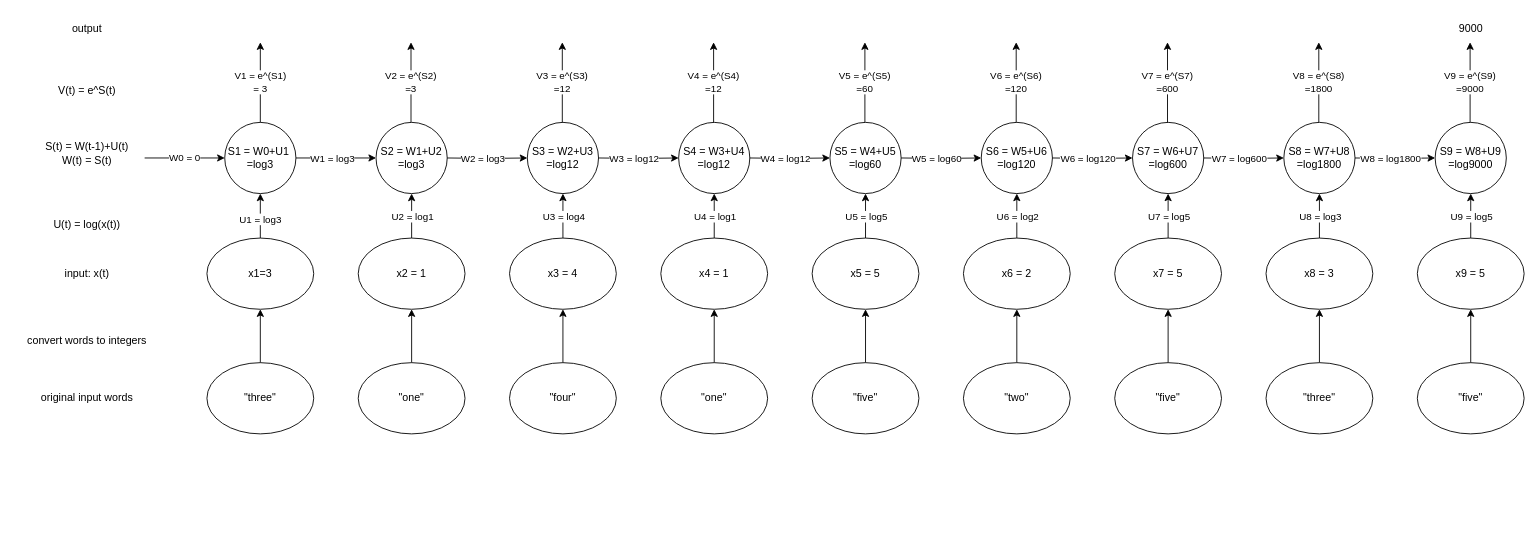
Above: Untitled Diagram.drawio in CheneyJX/Duke (draw.io), before the change. Source tidied: cells renumbered, new cells numbered last; positions are measured from the earlier drawing's top-left corner, leaving out a move shared by most shapes. Both pictures are drawn from the tidied source at 89%, with x=0, y=0 at pixel (15, 15).
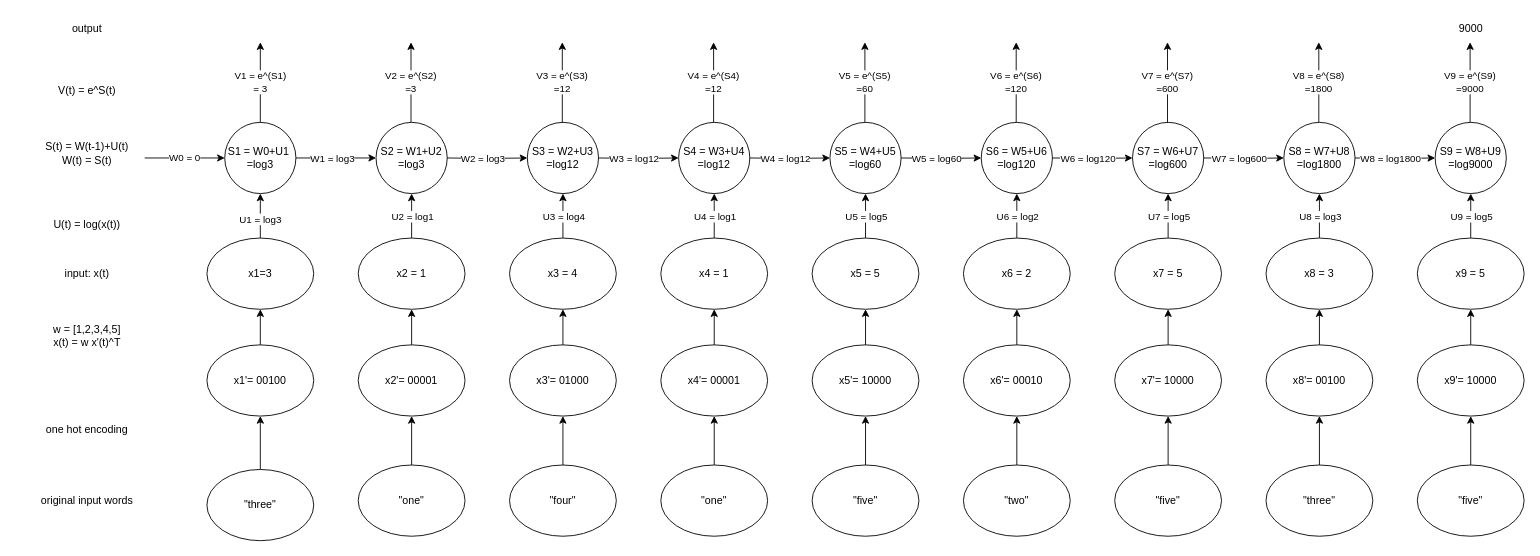
Above is the later version.

The change refers to these unchanged cells:
```xml
<mxCell id="9" value="x1=3" style="ellipse;whiteSpace=wrap;html=1;" parent="1" vertex="1">
  <mxGeometry x="215" y="250" width="120" height="80" as="geometry" />
</mxCell>
<mxCell id="14" value="x2 = 1" style="ellipse;whiteSpace=wrap;html=1;" parent="1" vertex="1">
  <mxGeometry x="385" y="250" width="120" height="80" as="geometry" />
</mxCell>
<mxCell id="30" value="x3 = 4" style="ellipse;whiteSpace=wrap;html=1;" parent="1" vertex="1">
  <mxGeometry x="555" y="250" width="120" height="80" as="geometry" />
</mxCell>
<mxCell id="38" value="x4 = 1" style="ellipse;whiteSpace=wrap;html=1;" parent="1" vertex="1">
  <mxGeometry x="725" y="250" width="120" height="80" as="geometry" />
</mxCell>
<mxCell id="46" value="x5 = 5" style="ellipse;whiteSpace=wrap;html=1;" parent="1" vertex="1">
  <mxGeometry x="895" y="250" width="120" height="80" as="geometry" />
</mxCell>
<mxCell id="54" value="x6 = 2" style="ellipse;whiteSpace=wrap;html=1;" parent="1" vertex="1">
  <mxGeometry x="1065" y="250" width="120" height="80" as="geometry" />
</mxCell>
<mxCell id="62" value="x7 = 5" style="ellipse;whiteSpace=wrap;html=1;" parent="1" vertex="1">
  <mxGeometry x="1235" y="250" width="120" height="80" as="geometry" />
</mxCell>
<mxCell id="70" value="x8 = 3" style="ellipse;whiteSpace=wrap;html=1;" parent="1" vertex="1">
  <mxGeometry x="1405" y="250" width="120" height="80" as="geometry" />
</mxCell>
<mxCell id="78" value="x9 = 5" style="ellipse;whiteSpace=wrap;html=1;" parent="1" vertex="1">
  <mxGeometry x="1575" y="250" width="120" height="80" as="geometry" />
</mxCell>
```

Diff of the diagram source:
```diff
@@
-    <mxCell id="2" style="edgeStyle=orthogonalEdgeStyle;rounded=0;jettySize=auto;html=1;" parent="1" edge="1" source="3" target="9">
+    <mxCell id="2" style="edgeStyle=orthogonalEdgeStyle;rounded=0;jettySize=auto;html=1;entryX=0.5;entryY=1;entryDx=0;entryDy=0;" parent="1" edge="1" source="3" target="91">
       <mxGeometry relative="1" as="geometry" />
     </mxCell>
     <mxCell id="3" value="&quot;three&quot;" style="ellipse;whiteSpace=wrap;html=1;" parent="1" vertex="1">
-      <mxGeometry x="215" y="390" width="120" height="80" as="geometry" />
+      <mxGeometry x="215" y="510" width="120" height="80" as="geometry" />
     </mxCell>
@@
-    <mxCell id="10" style="edgeStyle=orthogonalEdgeStyle;rounded=0;jettySize=auto;html=1;" parent="1" edge="1" source="11" target="14">
-      <mxGeometry relative="1" as="geometry" />
-    </mxCell>
+    <mxCell id="82" style="edgeStyle=orthogonalEdgeStyle;rounded=0;jettySize=auto;html=1;" parent="1" edge="1" source="11" target="94">
+      <mxGeometry relative="1" as="geometry" />
+    </mxCell>
     <mxCell id="11" value="&quot;one&quot;" style="ellipse;whiteSpace=wrap;html=1;" parent="1" vertex="1">
-      <mxGeometry x="385" y="390" width="120" height="80" as="geometry" />
+      <mxGeometry x="385" y="505" width="120" height="80" as="geometry" />
     </mxCell>
@@
-    <mxCell id="18" value="convert words to integers" style="text;html=1;align=center;verticalAlign=middle;strokeColor=none;fillColor=none;" parent="1" vertex="1">
-      <mxGeometry y="350" width="160" height="30" as="geometry" />
+    <mxCell id="18" value="one hot encoding" style="text;html=1;align=center;verticalAlign=middle;strokeColor=none;fillColor=none;" parent="1" vertex="1">
+      <mxGeometry x="20" y="450" width="120" height="30" as="geometry" />
     </mxCell>
@@
     <mxCell id="23" value="original input words" style="text;html=1;align=center;verticalAlign=middle;strokeColor=none;fillColor=none;" parent="1" vertex="1">
-      <mxGeometry x="15" y="415" width="130" height="30" as="geometry" />
+      <mxGeometry x="15" y="530" width="130" height="30" as="geometry" />
     </mxCell>
@@
-    <mxCell id="26" style="edgeStyle=orthogonalEdgeStyle;rounded=0;jettySize=auto;html=1;" parent="1" edge="1" source="27" target="30">
-      <mxGeometry relative="1" as="geometry" />
-    </mxCell>
+    <mxCell id="83" style="edgeStyle=orthogonalEdgeStyle;rounded=0;jettySize=auto;html=1;" parent="1" edge="1" source="27" target="96">
+      <mxGeometry relative="1" as="geometry" />
+    </mxCell>
     <mxCell id="27" value="&quot;four&quot;" style="ellipse;whiteSpace=wrap;html=1;" parent="1" vertex="1">
-      <mxGeometry x="555" y="390" width="120" height="80" as="geometry" />
+      <mxGeometry x="555" y="505" width="120" height="80" as="geometry" />
     </mxCell>
@@
-    <mxCell id="34" style="edgeStyle=orthogonalEdgeStyle;rounded=0;jettySize=auto;html=1;" parent="1" edge="1" source="35" target="38">
-      <mxGeometry relative="1" as="geometry" />
-    </mxCell>
+    <mxCell id="84" style="edgeStyle=orthogonalEdgeStyle;rounded=0;jettySize=auto;html=1;" parent="1" edge="1" source="35" target="98">
+      <mxGeometry relative="1" as="geometry" />
+    </mxCell>
     <mxCell id="35" value="&quot;one&quot;" style="ellipse;whiteSpace=wrap;html=1;" parent="1" vertex="1">
-      <mxGeometry x="725" y="390" width="120" height="80" as="geometry" />
+      <mxGeometry x="725" y="505" width="120" height="80" as="geometry" />
     </mxCell>
@@
-    <mxCell id="42" style="edgeStyle=orthogonalEdgeStyle;rounded=0;jettySize=auto;html=1;" parent="1" edge="1" source="43" target="46">
-      <mxGeometry relative="1" as="geometry" />
-    </mxCell>
+    <mxCell id="85" style="edgeStyle=orthogonalEdgeStyle;rounded=0;jettySize=auto;html=1;" parent="1" edge="1" source="43" target="100">
+      <mxGeometry relative="1" as="geometry" />
+    </mxCell>
     <mxCell id="43" value="&quot;five&quot;" style="ellipse;whiteSpace=wrap;html=1;" parent="1" vertex="1">
-      <mxGeometry x="895" y="390" width="120" height="80" as="geometry" />
+      <mxGeometry x="895" y="505" width="120" height="80" as="geometry" />
     </mxCell>
@@
-    <mxCell id="50" style="edgeStyle=orthogonalEdgeStyle;rounded=0;jettySize=auto;html=1;" parent="1" edge="1" source="51" target="54">
-      <mxGeometry relative="1" as="geometry" />
-    </mxCell>
+    <mxCell id="86" style="edgeStyle=orthogonalEdgeStyle;rounded=0;jettySize=auto;html=1;" parent="1" edge="1" source="51" target="102">
+      <mxGeometry relative="1" as="geometry" />
+    </mxCell>
     <mxCell id="51" value="&quot;two&quot;" style="ellipse;whiteSpace=wrap;html=1;" parent="1" vertex="1">
-      <mxGeometry x="1065" y="390" width="120" height="80" as="geometry" />
+      <mxGeometry x="1065" y="505" width="120" height="80" as="geometry" />
     </mxCell>
@@
-    <mxCell id="58" style="edgeStyle=orthogonalEdgeStyle;rounded=0;jettySize=auto;html=1;" parent="1" edge="1" source="59" target="62">
-      <mxGeometry relative="1" as="geometry" />
-    </mxCell>
+    <mxCell id="87" style="edgeStyle=orthogonalEdgeStyle;rounded=0;jettySize=auto;html=1;" parent="1" edge="1" source="59" target="104">
+      <mxGeometry relative="1" as="geometry" />
+    </mxCell>
     <mxCell id="59" value="&quot;five&quot;" style="ellipse;whiteSpace=wrap;html=1;" parent="1" vertex="1">
-      <mxGeometry x="1235" y="390" width="120" height="80" as="geometry" />
+      <mxGeometry x="1235" y="505" width="120" height="80" as="geometry" />
     </mxCell>
@@
-    <mxCell id="66" style="edgeStyle=orthogonalEdgeStyle;rounded=0;jettySize=auto;html=1;" parent="1" edge="1" source="67" target="70">
-      <mxGeometry relative="1" as="geometry" />
-    </mxCell>
+    <mxCell id="88" style="edgeStyle=orthogonalEdgeStyle;rounded=0;jettySize=auto;html=1;" parent="1" edge="1" source="67" target="106">
+      <mxGeometry relative="1" as="geometry" />
+    </mxCell>
     <mxCell id="67" value="&quot;three&quot;" style="ellipse;whiteSpace=wrap;html=1;" parent="1" vertex="1">
-      <mxGeometry x="1405" y="390" width="120" height="80" as="geometry" />
+      <mxGeometry x="1405" y="505" width="120" height="80" as="geometry" />
     </mxCell>
@@
-    <mxCell id="74" style="edgeStyle=orthogonalEdgeStyle;rounded=0;jettySize=auto;html=1;" parent="1" edge="1" source="75" target="78">
-      <mxGeometry relative="1" as="geometry" />
-    </mxCell>
+    <mxCell id="89" style="edgeStyle=orthogonalEdgeStyle;rounded=0;jettySize=auto;html=1;" parent="1" edge="1" source="75" target="108">
+      <mxGeometry relative="1" as="geometry" />
+    </mxCell>
     <mxCell id="75" value="&quot;five&quot;" style="ellipse;whiteSpace=wrap;html=1;" parent="1" vertex="1">
-      <mxGeometry x="1575" y="390" width="120" height="80" as="geometry" />
+      <mxGeometry x="1575" y="505" width="120" height="80" as="geometry" />
     </mxCell>
@@
+    <mxCell id="90" style="edgeStyle=orthogonalEdgeStyle;rounded=0;jettySize=auto;html=1;" parent="1" edge="1" source="91" target="9">
+      <mxGeometry relative="1" as="geometry" />
+    </mxCell>
+    <mxCell id="91" value="x1'= 00100" style="ellipse;whiteSpace=wrap;html=1;" parent="1" vertex="1">
+      <mxGeometry x="215" y="370" width="120" height="80" as="geometry" />
+    </mxCell>
+    <mxCell id="92" value="w = [1,2,3,4,5]&lt;br&gt;x(t) = w x'(t)^T" style="text;html=1;align=center;verticalAlign=middle;strokeColor=none;fillColor=none;" parent="1" vertex="1">
+      <mxGeometry x="30" y="340" width="100" height="40" as="geometry" />
+    </mxCell>
+    <mxCell id="93" style="edgeStyle=orthogonalEdgeStyle;rounded=0;jettySize=auto;html=1;" parent="1" edge="1" source="94" target="14">
+      <mxGeometry relative="1" as="geometry" />
+    </mxCell>
+    <mxCell id="94" value="x2'= 00001" style="ellipse;whiteSpace=wrap;html=1;" parent="1" vertex="1">
+      <mxGeometry x="385" y="370" width="120" height="80" as="geometry" />
+    </mxCell>
+    <mxCell id="95" style="edgeStyle=orthogonalEdgeStyle;rounded=0;jettySize=auto;html=1;" parent="1" edge="1" source="96" target="30">
+      <mxGeometry relative="1" as="geometry" />
+    </mxCell>
+    <mxCell id="96" value="x3'= 01000" style="ellipse;whiteSpace=wrap;html=1;" parent="1" vertex="1">
+      <mxGeometry x="555" y="370" width="120" height="80" as="geometry" />
+    </mxCell>
+    <mxCell id="97" style="edgeStyle=orthogonalEdgeStyle;rounded=0;jettySize=auto;html=1;" parent="1" edge="1" source="98" target="38">
+      <mxGeometry relative="1" as="geometry" />
+    </mxCell>
+    <mxCell id="98" value="x4'= 00001" style="ellipse;whiteSpace=wrap;html=1;" parent="1" vertex="1">
+      <mxGeometry x="725" y="370" width="120" height="80" as="geometry" />
+    </mxCell>
+    <mxCell id="99" style="edgeStyle=orthogonalEdgeStyle;rounded=0;jettySize=auto;html=1;" parent="1" edge="1" source="100" target="46">
+      <mxGeometry relative="1" as="geometry" />
+    </mxCell>
+    <mxCell id="100" value="x5'= 10000" style="ellipse;whiteSpace=wrap;html=1;" parent="1" vertex="1">
+      <mxGeometry x="895" y="370" width="120" height="80" as="geometry" />
+    </mxCell>
+    <mxCell id="101" style="edgeStyle=orthogonalEdgeStyle;rounded=0;jettySize=auto;html=1;" parent="1" edge="1" source="102" target="54">
+      <mxGeometry relative="1" as="geometry" />
+    </mxCell>
+    <mxCell id="102" value="x6'= 00010" style="ellipse;whiteSpace=wrap;html=1;" parent="1" vertex="1">
+      <mxGeometry x="1065" y="370" width="120" height="80" as="geometry" />
+    </mxCell>
+    <mxCell id="103" style="edgeStyle=orthogonalEdgeStyle;rounded=0;jettySize=auto;html=1;" parent="1" edge="1" source="104" target="62">
+      <mxGeometry relative="1" as="geometry" />
+    </mxCell>
+    <mxCell id="104" value="x7'= 10000" style="ellipse;whiteSpace=wrap;html=1;" parent="1" vertex="1">
+      <mxGeometry x="1235" y="370" width="120" height="80" as="geometry" />
+    </mxCell>
+    <mxCell id="105" style="edgeStyle=orthogonalEdgeStyle;rounded=0;jettySize=auto;html=1;" parent="1" edge="1" source="106" target="70">
+      <mxGeometry relative="1" as="geometry" />
+    </mxCell>
+    <mxCell id="106" value="x8'= 00100" style="ellipse;whiteSpace=wrap;html=1;" parent="1" vertex="1">
+      <mxGeometry x="1405" y="370" width="120" height="80" as="geometry" />
+    </mxCell>
+    <mxCell id="107" style="edgeStyle=orthogonalEdgeStyle;rounded=0;jettySize=auto;html=1;" parent="1" edge="1" source="108" target="78">
+      <mxGeometry relative="1" as="geometry" />
+    </mxCell>
+    <mxCell id="108" value="x9'= 10000" style="ellipse;whiteSpace=wrap;html=1;" parent="1" vertex="1">
+      <mxGeometry x="1575" y="370" width="120" height="80" as="geometry" />
+    </mxCell>
```
